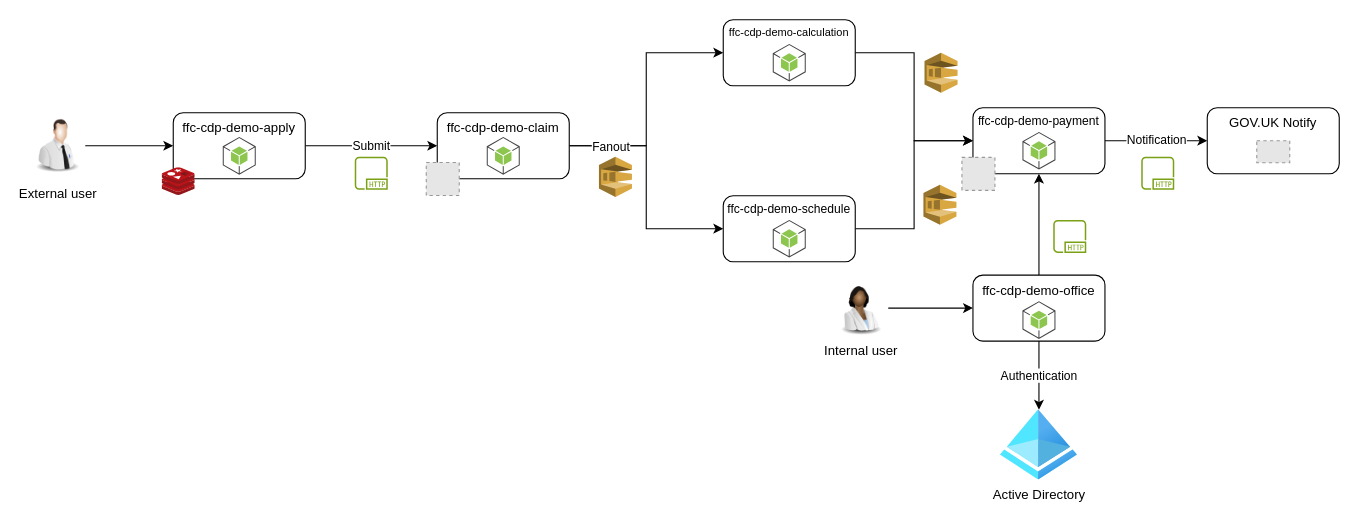
This is cdp-demo.drawio from DEFRA/ffc-diagrams, a draw.io file, before an edit. Source tidied: cells renumbered, new cells numbered last; positions are measured from the earlier drawing's top-left corner, leaving out a move shared by most shapes. Both pictures are drawn from the tidied source at 110%, with x=0, y=0 at pixel (30, 19). Pictures stored in the file or linked from it are replaced by grey dashed boxes.
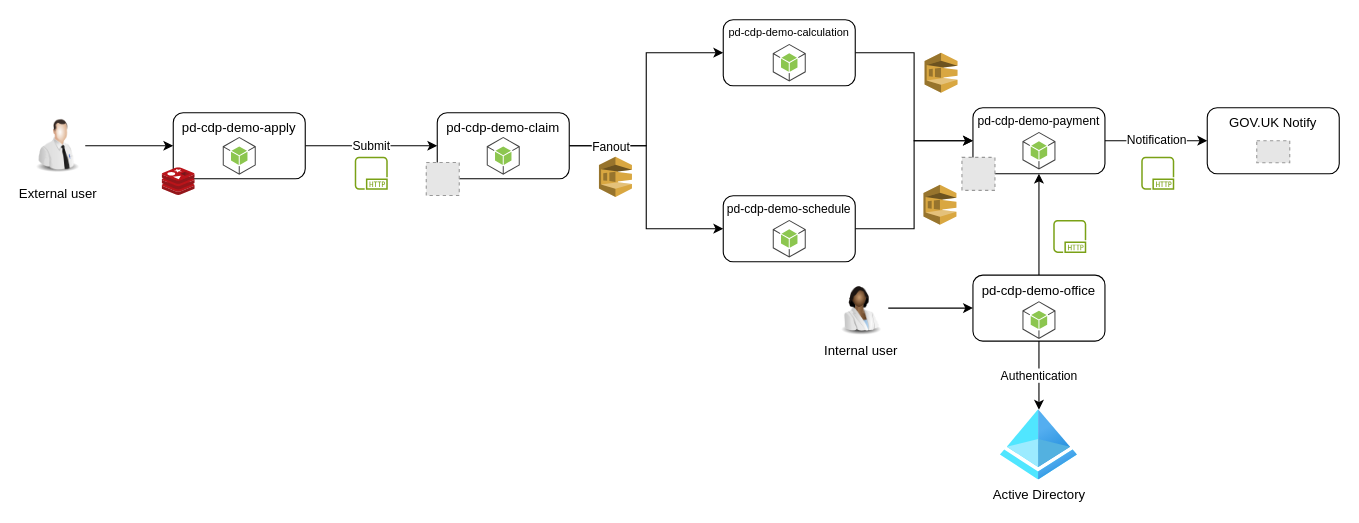
Above is the later version.

The edit, as a diff of the source:
```diff
@@
-    <mxCell id="3" value="ffc-cdp-demo-apply" style="rounded=1;whiteSpace=wrap;html=1;verticalAlign=top;" parent="1" vertex="1">
+    <mxCell id="3" value="pd-cdp-demo-apply" style="rounded=1;whiteSpace=wrap;html=1;verticalAlign=top;" parent="1" vertex="1">
       <mxGeometry x="130" y="85" width="120" height="60" as="geometry" />
     </mxCell>
@@
-    <mxCell id="13" value="ffc-cdp-demo-claim" style="rounded=1;whiteSpace=wrap;html=1;verticalAlign=top;" parent="1" vertex="1">
+    <mxCell id="13" value="pd-cdp-demo-claim" style="rounded=1;whiteSpace=wrap;html=1;verticalAlign=top;" parent="1" vertex="1">
       <mxGeometry x="370" y="85" width="120" height="60" as="geometry" />
     </mxCell>
@@
-    <mxCell id="18" value="ffc-cdp-demo-calculation" style="rounded=1;whiteSpace=wrap;html=1;verticalAlign=top;fontSize=10;" parent="1" vertex="1">
+    <mxCell id="18" value="pd-cdp-demo-calculation" style="rounded=1;whiteSpace=wrap;html=1;verticalAlign=top;fontSize=10;" parent="1" vertex="1">
       <mxGeometry x="630" y="0.4" width="120" height="60" as="geometry" />
     </mxCell>
@@
-    <mxCell id="21" value="ffc-cdp-demo-schedule" style="rounded=1;whiteSpace=wrap;html=1;verticalAlign=top;fontSize=11;" parent="1" vertex="1">
+    <mxCell id="21" value="pd-cdp-demo-schedule" style="rounded=1;whiteSpace=wrap;html=1;verticalAlign=top;fontSize=11;" parent="1" vertex="1">
       <mxGeometry x="630" y="160.4" width="120" height="60" as="geometry" />
     </mxCell>
@@
-    <mxCell id="25" value="ffc-cdp-demo-payment" style="rounded=1;whiteSpace=wrap;html=1;verticalAlign=top;fontSize=11;" parent="1" vertex="1">
+    <mxCell id="25" value="pd-cdp-demo-payment" style="rounded=1;whiteSpace=wrap;html=1;verticalAlign=top;fontSize=11;" parent="1" vertex="1">
       <mxGeometry x="857" y="80.4" width="120" height="60" as="geometry" />
     </mxCell>
@@
-    <mxCell id="34" value="ffc-cdp-demo-office" style="rounded=1;whiteSpace=wrap;html=1;verticalAlign=top;" parent="1" vertex="1">
+    <mxCell id="34" value="pd-cdp-demo-office" style="rounded=1;whiteSpace=wrap;html=1;verticalAlign=top;" parent="1" vertex="1">
       <mxGeometry x="857" y="232.6" width="120" height="60" as="geometry" />
     </mxCell>
```
